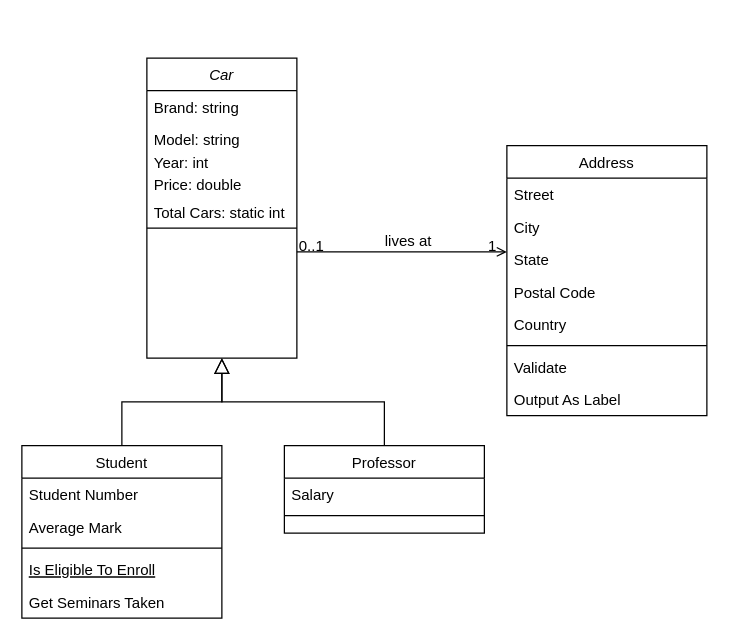
The draw.io diagram Untitled Diagram.drawio in lasya65/OODP-Sem-2, before the edit. Source tidied: cells renumbered, new cells numbered last; positions are measured from the earlier drawing's top-left corner, leaving out a move shared by most shapes. Both pictures are drawn from the tidied source at 125%, with x=0, y=0 at pixel (21, 58).
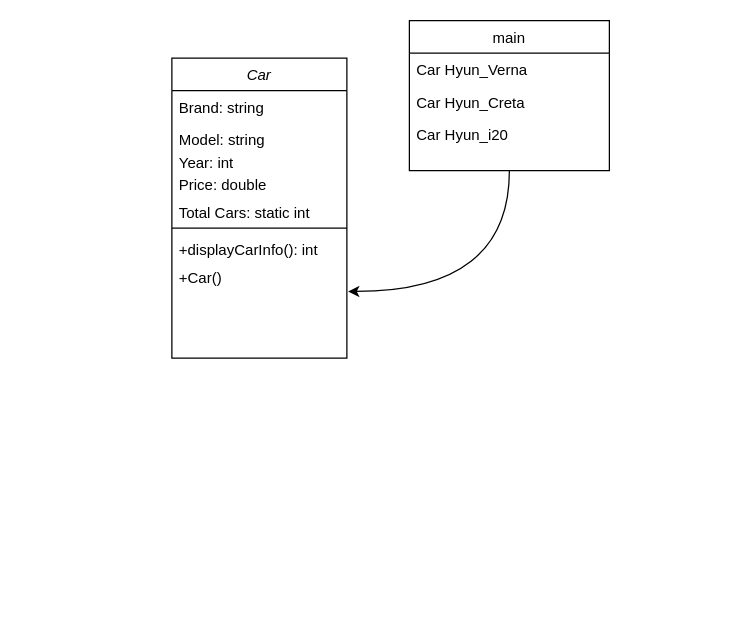
Above is the later version.

Commit message:
Class Diagram-1

Change to the diagram source:
```diff
@@
-    <mxCell id="2" value="Student" style="swimlane;fontStyle=0;align=center;verticalAlign=top;horizontal=1;startSize=26;rounded=0;shadow=0;strokeWidth=1;" parent="1" vertex="1">
-      <mxGeometry y="310" width="160" height="138" as="geometry" />
-    </mxCell>
-    <mxCell id="3" value="Student Number" style="text;align=left;verticalAlign=top;spacingLeft=4;spacingRight=4;overflow=hidden;" parent="2" vertex="1">
-      <mxGeometry y="26" width="160" height="26" as="geometry" />
-    </mxCell>
-    <mxCell id="4" value="Average Mark" style="text;align=left;verticalAlign=top;spacingLeft=4;spacingRight=4;overflow=hidden;rounded=0;shadow=0;html=0;" parent="2" vertex="1">
-      <mxGeometry y="52" width="160" height="26" as="geometry" />
-    </mxCell>
-    <mxCell id="5" style="line;html=1;strokeWidth=1;align=left;verticalAlign=middle;spacingTop=-1;spacingLeft=3;spacingRight=3;labelPosition=right;" parent="2" vertex="1">
-      <mxGeometry y="78" width="160" height="8" as="geometry" />
-    </mxCell>
-    <mxCell id="6" value="Is Eligible To Enroll" style="text;align=left;verticalAlign=top;spacingLeft=4;spacingRight=4;overflow=hidden;fontStyle=4;" parent="2" vertex="1">
-      <mxGeometry y="86" width="160" height="26" as="geometry" />
-    </mxCell>
-    <mxCell id="7" value="Get Seminars Taken" style="text;align=left;verticalAlign=top;spacingLeft=4;spacingRight=4;overflow=hidden;" parent="2" vertex="1">
-      <mxGeometry y="112" width="160" height="26" as="geometry" />
-    </mxCell>
-    <mxCell id="8" style="endArrow=block;endSize=10;endFill=0;shadow=0;strokeWidth=1;rounded=0;curved=0;edgeStyle=elbowEdgeStyle;elbow=vertical;" parent="1" edge="1" source="2" target="26">
-      <mxGeometry relative="1" as="geometry" />
-    </mxCell>
-    <mxCell id="9" value="Professor" style="swimlane;fontStyle=0;align=center;verticalAlign=top;horizontal=1;startSize=26;rounded=0;shadow=0;strokeWidth=1;" parent="1" vertex="1">
-      <mxGeometry x="210" y="310" width="160" height="70" as="geometry" />
-    </mxCell>
-    <mxCell id="10" value="Salary" style="text;align=left;verticalAlign=top;spacingLeft=4;spacingRight=4;overflow=hidden;" parent="9" vertex="1">
-      <mxGeometry y="26" width="160" height="26" as="geometry" />
-    </mxCell>
-    <mxCell id="11" style="line;html=1;strokeWidth=1;align=left;verticalAlign=middle;spacingTop=-1;spacingLeft=3;spacingRight=3;labelPosition=right;" parent="9" vertex="1">
-      <mxGeometry y="52" width="160" height="8" as="geometry" />
-    </mxCell>
-    <mxCell id="12" style="endArrow=block;endSize=10;endFill=0;shadow=0;strokeWidth=1;rounded=0;curved=0;edgeStyle=elbowEdgeStyle;elbow=vertical;" parent="1" edge="1" source="9" target="26">
-      <mxGeometry relative="1" as="geometry" />
-    </mxCell>
-    <mxCell id="13" value="Address" style="swimlane;fontStyle=0;align=center;verticalAlign=top;horizontal=1;startSize=26;rounded=0;shadow=0;strokeWidth=1;" parent="1" vertex="1">
-      <mxGeometry x="388" y="70" width="160" height="216" as="geometry" />
+    <mxCell id="13" value="main" style="swimlane;fontStyle=0;align=center;verticalAlign=top;horizontal=1;startSize=26;rounded=0;shadow=0;strokeWidth=1;" parent="1" vertex="1">
+      <mxGeometry x="310" y="-30" width="160" height="120" as="geometry" />
     </mxCell>
-    <mxCell id="14" value="Street" style="text;align=left;verticalAlign=top;spacingLeft=4;spacingRight=4;overflow=hidden;" parent="13" vertex="1">
-      <mxGeometry y="26" width="160" height="26" as="geometry" />
-    </mxCell>
-    <mxCell id="15" value="City" style="text;align=left;verticalAlign=top;spacingLeft=4;spacingRight=4;overflow=hidden;rounded=0;shadow=0;html=0;" parent="13" vertex="1">
-      <mxGeometry y="52" width="160" height="26" as="geometry" />
+    <mxCell id="15" value="Car Hyun_Verna" style="text;align=left;verticalAlign=top;spacingLeft=4;spacingRight=4;overflow=hidden;rounded=0;shadow=0;html=0;" parent="13" vertex="1">
+      <mxGeometry y="26" width="160" height="26" as="geometry" />
     </mxCell>
-    <mxCell id="16" value="State" style="text;align=left;verticalAlign=top;spacingLeft=4;spacingRight=4;overflow=hidden;rounded=0;shadow=0;html=0;" parent="13" vertex="1">
-      <mxGeometry y="78" width="160" height="26" as="geometry" />
+    <mxCell id="16" value="Car Hyun_Creta" style="text;align=left;verticalAlign=top;spacingLeft=4;spacingRight=4;overflow=hidden;rounded=0;shadow=0;html=0;" parent="13" vertex="1">
+      <mxGeometry y="52" width="160" height="26" as="geometry" />
     </mxCell>
-    <mxCell id="17" value="Postal Code" style="text;align=left;verticalAlign=top;spacingLeft=4;spacingRight=4;overflow=hidden;rounded=0;shadow=0;html=0;" parent="13" vertex="1">
-      <mxGeometry y="104" width="160" height="26" as="geometry" />
+    <mxCell id="17" value="Car Hyun_i20" style="text;align=left;verticalAlign=top;spacingLeft=4;spacingRight=4;overflow=hidden;rounded=0;shadow=0;html=0;" parent="13" vertex="1">
+      <mxGeometry y="78" width="160" height="26" as="geometry" />
     </mxCell>
-    <mxCell id="18" value="Country" style="text;align=left;verticalAlign=top;spacingLeft=4;spacingRight=4;overflow=hidden;rounded=0;shadow=0;html=0;" parent="13" vertex="1">
-      <mxGeometry y="130" width="160" height="26" as="geometry" />
-    </mxCell>
-    <mxCell id="19" style="line;html=1;strokeWidth=1;align=left;verticalAlign=middle;spacingTop=-1;spacingLeft=3;spacingRight=3;labelPosition=right;" parent="13" vertex="1">
-      <mxGeometry y="156" width="160" height="8" as="geometry" />
-    </mxCell>
-    <mxCell id="20" value="Validate" style="text;align=left;verticalAlign=top;spacingLeft=4;spacingRight=4;overflow=hidden;" parent="13" vertex="1">
-      <mxGeometry y="164" width="160" height="26" as="geometry" />
-    </mxCell>
-    <mxCell id="21" value="Output As Label" style="text;align=left;verticalAlign=top;spacingLeft=4;spacingRight=4;overflow=hidden;" parent="13" vertex="1">
-      <mxGeometry y="190" width="160" height="26" as="geometry" />
-    </mxCell>
-    <mxCell id="22" style="endArrow=open;shadow=0;strokeWidth=1;rounded=0;curved=0;endFill=1;edgeStyle=elbowEdgeStyle;elbow=vertical;" parent="1" edge="1" source="26" target="13">
-      <mxGeometry x="0.5" y="41" relative="1" as="geometry">
-        <mxPoint x="-40" y="32" as="offset" />
-      </mxGeometry>
-    </mxCell>
-    <mxCell id="23" value="0..1" style="align=left;verticalAlign=bottom;labelBackgroundColor=none;fontSize=12;" parent="22" vertex="1">
-      <mxGeometry x="-1" relative="1" as="geometry">
-        <mxPoint y="4" as="offset" />
-      </mxGeometry>
-    </mxCell>
-    <mxCell id="24" value="1" style="align=right;verticalAlign=bottom;labelBackgroundColor=none;fontSize=12;" parent="22" vertex="1">
-      <mxGeometry x="1" relative="1" as="geometry">
-        <mxPoint x="-7" y="4" as="offset" />
-      </mxGeometry>
-    </mxCell>
-    <mxCell id="25" value="lives at" style="text;html=1;align=center;verticalAlign=middle;labelBackgroundColor=none;rounded=0;shadow=0;strokeWidth=1;fontSize=12;" parent="22" vertex="1">
-      <mxGeometry x="0.5" y="49" relative="1" as="geometry">
-        <mxPoint x="-38" y="40" as="offset" />
-      </mxGeometry>
-    </mxCell>
     <mxCell id="26" value="Car" style="swimlane;fontStyle=2;align=center;verticalAlign=top;horizontal=1;startSize=26;rounded=0;shadow=0;strokeWidth=1;" parent="1" vertex="1">
-      <mxGeometry x="100" width="120" height="240" as="geometry" />
+      <mxGeometry x="120" width="140" height="240" as="geometry" />
     </mxCell>
     <mxCell id="27" value="Brand: string" style="text;align=left;verticalAlign=top;spacingLeft=4;spacingRight=4;overflow=hidden;" parent="26" vertex="1">
-      <mxGeometry y="26" width="120" height="26" as="geometry" />
+      <mxGeometry y="26" width="140" height="26" as="geometry" />
     </mxCell>
     <mxCell id="28" value="Model: string" style="text;align=left;verticalAlign=top;spacingLeft=4;spacingRight=4;overflow=hidden;rounded=0;shadow=0;html=0;" parent="26" vertex="1">
-      <mxGeometry y="52" width="120" height="18" as="geometry" />
+      <mxGeometry y="52" width="140" height="18" as="geometry" />
     </mxCell>
     <mxCell id="29" value="Year: int" style="text;align=left;verticalAlign=top;spacingLeft=4;spacingRight=4;overflow=hidden;" parent="26" vertex="1">
-      <mxGeometry y="70" width="120" height="18" as="geometry" />
+      <mxGeometry y="70" width="140" height="18" as="geometry" />
     </mxCell>
     <mxCell id="30" value="Price: double" style="text;align=left;verticalAlign=top;spacingLeft=4;spacingRight=4;overflow=hidden;rounded=0;shadow=0;html=0;" parent="26" vertex="1">
-      <mxGeometry y="88" width="120" height="22" as="geometry" />
+      <mxGeometry y="88" width="140" height="22" as="geometry" />
     </mxCell>
     <mxCell id="31" value="Total Cars: static int" style="text;align=left;verticalAlign=top;spacingLeft=4;spacingRight=4;overflow=hidden;rounded=0;shadow=0;html=0;" parent="26" vertex="1">
-      <mxGeometry y="110" width="120" height="22" as="geometry" />
+      <mxGeometry y="110" width="140" height="22" as="geometry" />
     </mxCell>
     <mxCell id="32" style="line;html=1;strokeWidth=1;align=left;verticalAlign=middle;spacingTop=-1;spacingLeft=3;spacingRight=3;labelPosition=right;" parent="26" vertex="1">
-      <mxGeometry y="132" width="120" height="8" as="geometry" />
+      <mxGeometry y="132" width="140" height="8" as="geometry" />
     </mxCell>
+    <mxCell id="33" value="+displayCarInfo(): int" style="text;align=left;verticalAlign=top;spacingLeft=4;spacingRight=4;overflow=hidden;rounded=0;shadow=0;html=0;" parent="26" vertex="1">
+      <mxGeometry y="140" width="140" height="22" as="geometry" />
+    </mxCell>
+    <mxCell id="34" value="+Car()&#10;" style="text;align=left;verticalAlign=top;spacingLeft=4;spacingRight=4;overflow=hidden;points=[[0,0.5],[1,0.5]];portConstraint=eastwest;rounded=0;shadow=0;html=0;" parent="26" vertex="1">
+      <mxGeometry y="162" width="140" height="22" as="geometry" />
+    </mxCell>
+    <mxCell id="35" style="edgeStyle=orthogonalEdgeStyle;jettySize=auto;html=1;rounded=0;curved=1;exitX=0.5;exitY=1;exitDx=0;exitDy=0;entryX=1.007;entryY=1.121;entryDx=0;entryDy=0;entryPerimeter=0;" parent="1" edge="1" source="13" target="34">
+      <mxGeometry relative="1" as="geometry">
+        <Array as="points">
+          <mxPoint x="390" y="187" />
+        </Array>
+      </mxGeometry>
+    </mxCell>
```
